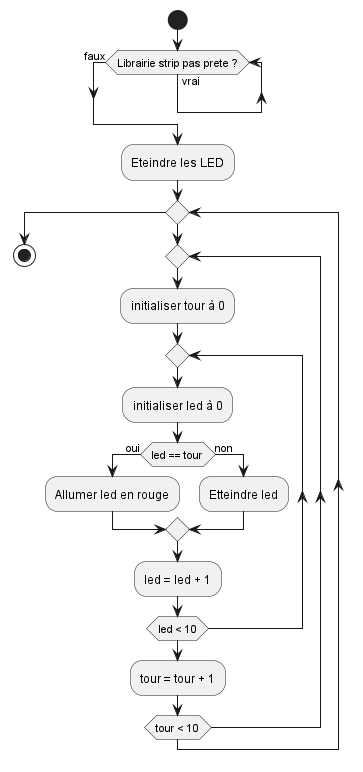
Earlier version of the PlantUML export Scripts/02-LEDscrollCustom/LEDScroll-RED-activityDiag.png (gabriel-alex/GM9-ElectronicPractical).
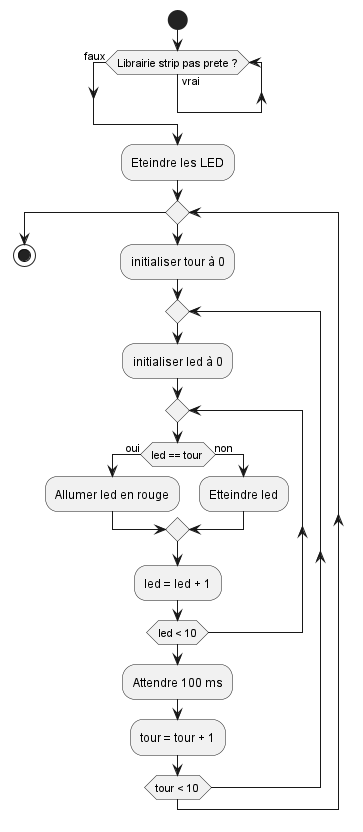
After the commit.

Diff of the diagram source:
```diff
@@ -4,10 +4,11 @@
 endwhile (faux)
 :Eteindre les LED;
 while()
-repeat
 :initialiser tour à 0;
 repeat
 :initialiser led à 0;
+repeat
+
 if (led == tour) then (oui)
 :Allumer led en rouge;
 else (non)
@@ -15,6 +16,7 @@
 endif
 :led = led + 1;
 repeat while(led < 10)
+:Attendre 100 ms;
 :tour = tour + 1;
 repeat while(tour < 10)
 endwhile
```
